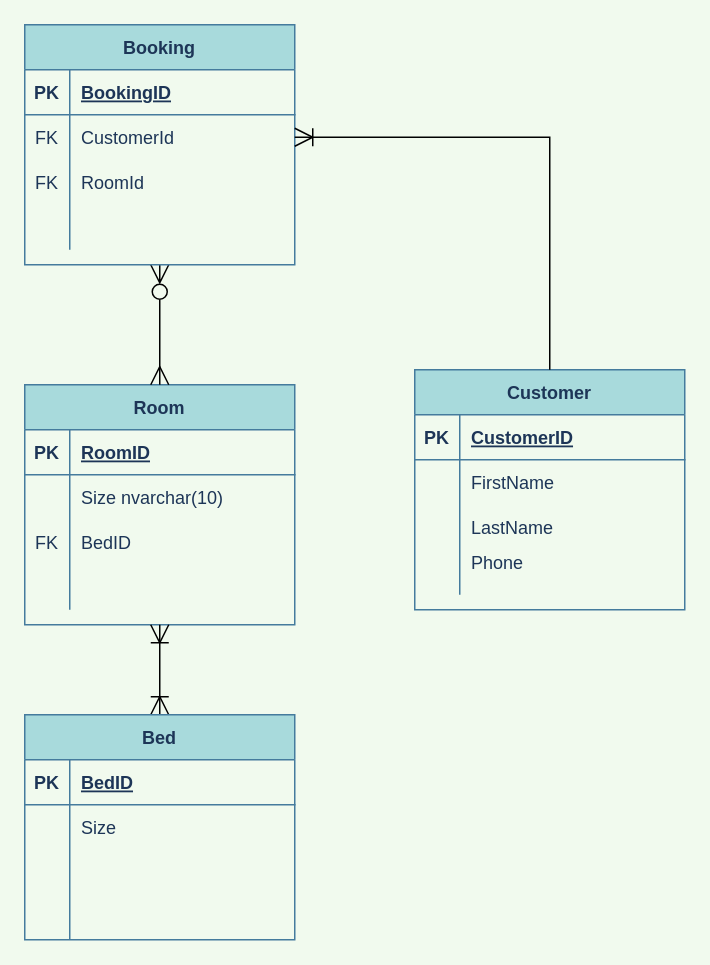
Earlier version of the draw.io diagram Extra files/HotellModellering.drawio (Malinwtz/HotelBooking). Source tidied: cells renumbered, new cells numbered last; positions are measured from the earlier drawing's top-left corner, leaving out a move shared by most shapes. Both pictures are drawn from the tidied source at 150%, with x=0, y=0 at pixel (24, 24).
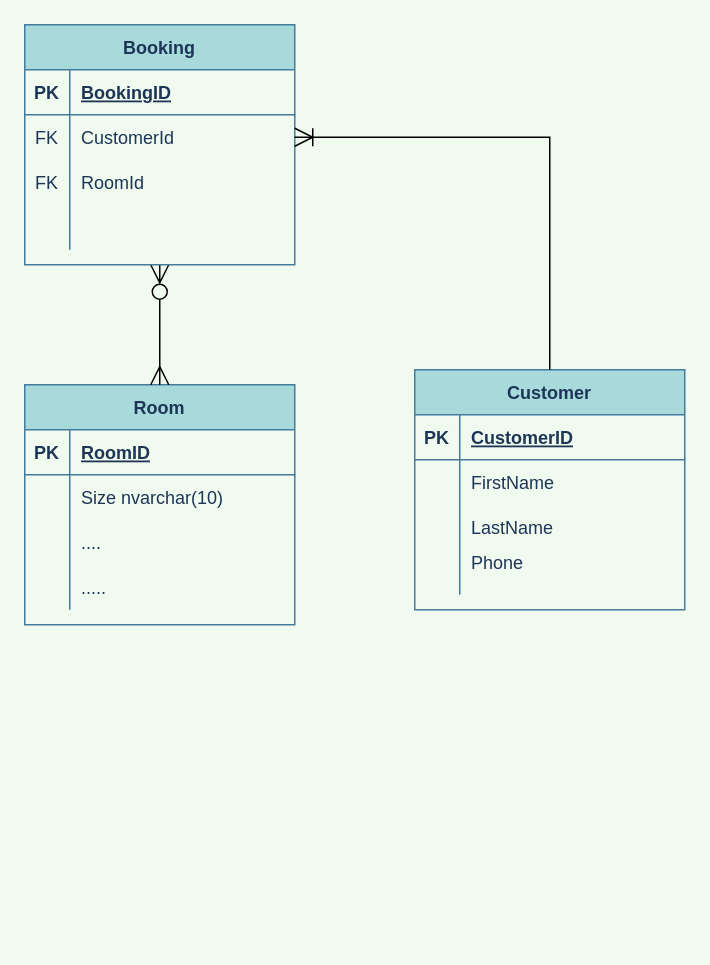
The same page after the edit.

The change refers to these unchanged cells:
```xml
<mxCell id="2" value="Room" style="shape=table;startSize=30;childLayout=tableLayout;rowLines=0;fontStyle=1;align=center;fontColor=#1D3557;strokeColor=#457B9D;fillColor=#A8DADC;" parent="1" vertex="1">
  <mxGeometry y="240" width="180" height="160" as="geometry" />
</mxCell>
<mxCell id="9" style="shape=tableRow;horizontal=0;startSize=0;swimlaneHead=0;swimlaneBody=0;fillColor=none;top=0;left=0;right=0;bottom=0;fontColor=#1D3557;strokeColor=#457B9D;" parent="2" vertex="1">
  <mxGeometry y="90" width="180" height="30" as="geometry" />
</mxCell>
<mxCell id="12" style="shape=tableRow;horizontal=0;startSize=0;swimlaneHead=0;swimlaneBody=0;fillColor=none;top=0;left=0;right=0;bottom=0;fontColor=#1D3557;strokeColor=#457B9D;" parent="2" vertex="1">
  <mxGeometry y="120" width="180" height="30" as="geometry" />
</mxCell>
```

Diff of the diagram source:
```diff
@@
-    <mxCell id="10" value="FK" style="shape=partialRectangle;fillColor=none;top=0;left=0;bottom=0;right=0;overflow=hidden;fontColor=#1D3557;strokeColor=#457B9D;" parent="9" vertex="1">
+    <mxCell id="10" style="shape=partialRectangle;fillColor=none;top=0;left=0;bottom=0;right=0;overflow=hidden;fontColor=#1D3557;strokeColor=#457B9D;" parent="9" vertex="1">
       <mxGeometry width="30" height="30" as="geometry" />
     </mxCell>
-    <mxCell id="11" value="BedID" style="shape=partialRectangle;fillColor=none;top=0;left=0;bottom=0;right=0;align=left;spacingLeft=6;overflow=hidden;fontColor=#1D3557;strokeColor=#457B9D;" parent="9" vertex="1">
+    <mxCell id="11" value="...." style="shape=partialRectangle;fillColor=none;top=0;left=0;bottom=0;right=0;align=left;spacingLeft=6;overflow=hidden;fontColor=#1D3557;strokeColor=#457B9D;" parent="9" vertex="1">
       <mxGeometry x="30" width="150" height="30" as="geometry" />
     </mxCell>
@@
-    <mxCell id="14" style="shape=partialRectangle;fillColor=none;top=0;left=0;bottom=0;right=0;align=left;spacingLeft=6;overflow=hidden;fontColor=#1D3557;strokeColor=#457B9D;" parent="12" vertex="1">
+    <mxCell id="14" value="....." style="shape=partialRectangle;fillColor=none;top=0;left=0;bottom=0;right=0;align=left;spacingLeft=6;overflow=hidden;fontColor=#1D3557;strokeColor=#457B9D;" parent="12" vertex="1">
       <mxGeometry x="30" width="150" height="30" as="geometry" />
     </mxCell>
@@
-    <mxCell id="42" style="edgeStyle=orthogonalEdgeStyle;rounded=0;jettySize=auto;html=1;entryX=0.5;entryY=1;entryDx=0;entryDy=0;endArrow=ERoneToMany;endFill=0;endSize=10;startSize=10;startArrow=ERoneToMany;startFill=0;" parent="1" edge="1" source="43" target="2">
-      <mxGeometry relative="1" as="geometry" />
-    </mxCell>
-    <mxCell id="43" value="Bed" style="shape=table;startSize=30;childLayout=tableLayout;rowLines=0;fontStyle=1;align=center;fontColor=#1D3557;strokeColor=#457B9D;fillColor=#A8DADC;" parent="1" vertex="1">
-      <mxGeometry y="460" width="180" height="150" as="geometry" />
-    </mxCell>
-    <mxCell id="44" style="shape=tableRow;horizontal=0;startSize=0;swimlaneHead=0;swimlaneBody=0;fillColor=none;top=0;left=0;right=0;bottom=1;fontColor=#1D3557;strokeColor=#457B9D;" parent="43" vertex="1">
-      <mxGeometry y="30" width="180" height="30" as="geometry" />
-    </mxCell>
-    <mxCell id="45" value="PK" style="shape=partialRectangle;fillColor=none;top=0;left=0;bottom=0;right=0;fontStyle=1;overflow=hidden;fontColor=#1D3557;strokeColor=#457B9D;" parent="44" vertex="1">
-      <mxGeometry width="30" height="30" as="geometry" />
-    </mxCell>
-    <mxCell id="46" value="BedID" style="shape=partialRectangle;fillColor=none;top=0;left=0;bottom=0;right=0;align=left;spacingLeft=6;fontStyle=5;overflow=hidden;fontColor=#1D3557;strokeColor=#457B9D;" parent="44" vertex="1">
-      <mxGeometry x="30" width="150" height="30" as="geometry" />
-    </mxCell>
-    <mxCell id="47" style="shape=tableRow;horizontal=0;startSize=0;swimlaneHead=0;swimlaneBody=0;fillColor=none;top=0;left=0;right=0;bottom=0;fontColor=#1D3557;strokeColor=#457B9D;" parent="43" vertex="1">
-      <mxGeometry y="60" width="180" height="30" as="geometry" />
-    </mxCell>
-    <mxCell id="48" style="shape=partialRectangle;fillColor=none;top=0;left=0;bottom=0;right=0;overflow=hidden;fontColor=#1D3557;strokeColor=#457B9D;" parent="47" vertex="1">
-      <mxGeometry width="30" height="30" as="geometry" />
-    </mxCell>
-    <mxCell id="49" value="Size" style="shape=partialRectangle;fillColor=none;top=0;left=0;bottom=0;right=0;align=left;spacingLeft=6;overflow=hidden;fontColor=#1D3557;strokeColor=#457B9D;" parent="47" vertex="1">
-      <mxGeometry x="30" width="150" height="30" as="geometry" />
-    </mxCell>
-    <mxCell id="50" style="shape=tableRow;horizontal=0;startSize=0;swimlaneHead=0;swimlaneBody=0;fillColor=none;top=0;left=0;right=0;bottom=0;fontColor=#1D3557;strokeColor=#457B9D;" parent="43" vertex="1">
-      <mxGeometry y="90" width="180" height="30" as="geometry" />
-    </mxCell>
-    <mxCell id="51" style="shape=partialRectangle;fillColor=none;top=0;left=0;bottom=0;right=0;overflow=hidden;fontColor=#1D3557;strokeColor=#457B9D;" parent="50" vertex="1">
-      <mxGeometry width="30" height="30" as="geometry" />
-    </mxCell>
-    <mxCell id="52" style="shape=partialRectangle;fillColor=none;top=0;left=0;bottom=0;right=0;align=left;spacingLeft=6;overflow=hidden;fontColor=#1D3557;strokeColor=#457B9D;" parent="50" vertex="1">
-      <mxGeometry x="30" width="150" height="30" as="geometry" />
-    </mxCell>
-    <mxCell id="53" style="shape=tableRow;horizontal=0;startSize=0;swimlaneHead=0;swimlaneBody=0;fillColor=none;top=0;left=0;right=0;bottom=0;fontColor=#1D3557;strokeColor=#457B9D;" parent="43" vertex="1">
-      <mxGeometry y="120" width="180" height="30" as="geometry" />
-    </mxCell>
-    <mxCell id="54" style="shape=partialRectangle;fillColor=none;top=0;left=0;bottom=0;right=0;overflow=hidden;fontColor=#1D3557;strokeColor=#457B9D;" parent="53" vertex="1">
-      <mxGeometry width="30" height="30" as="geometry" />
-    </mxCell>
-    <mxCell id="55" style="shape=partialRectangle;fillColor=none;top=0;left=0;bottom=0;right=0;align=left;spacingLeft=6;overflow=hidden;fontColor=#1D3557;strokeColor=#457B9D;" parent="53" vertex="1">
-      <mxGeometry x="30" width="150" height="30" as="geometry" />
-    </mxCell>
```
